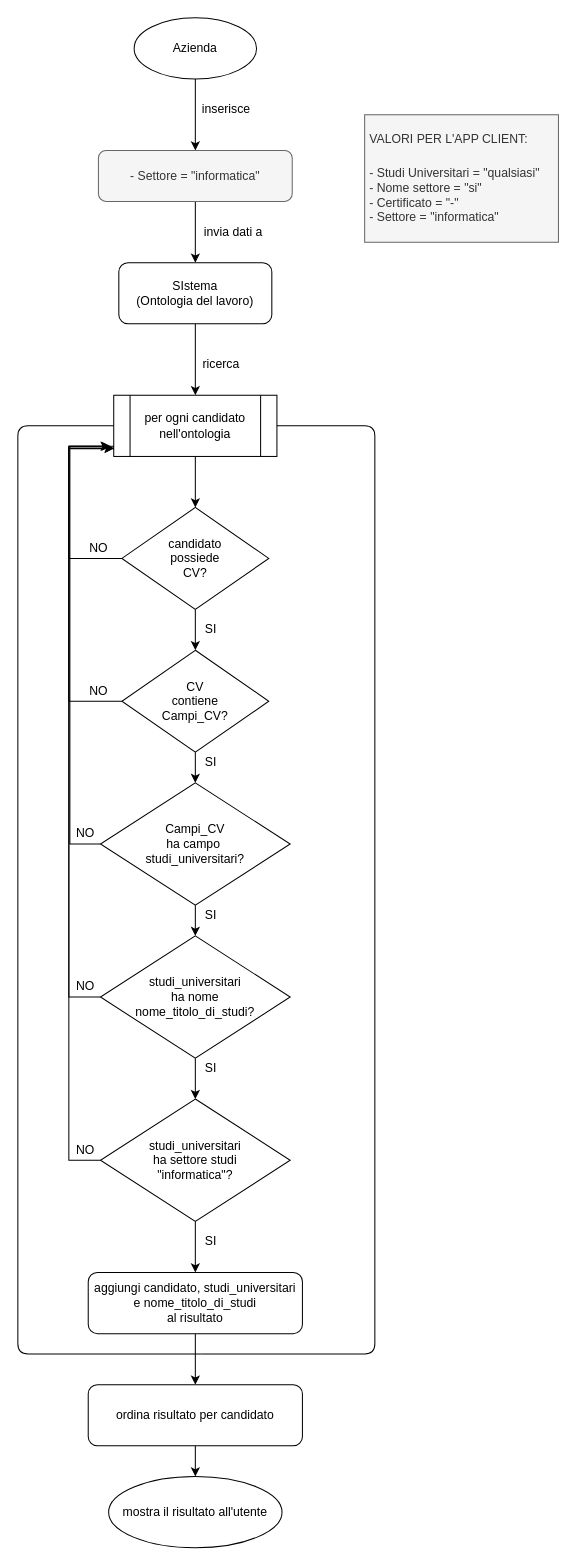
Earlier version of the draw.io diagram flowcharts/azienda/azienda query 3.drawio (salvo1196/ModSemProject). Source tidied: cells renumbered, new cells numbered last; positions are measured from the earlier drawing's top-left corner, leaving out a move shared by most shapes. Both pictures are drawn from the tidied source at 102%, with x=0, y=0 at pixel (17, 17).
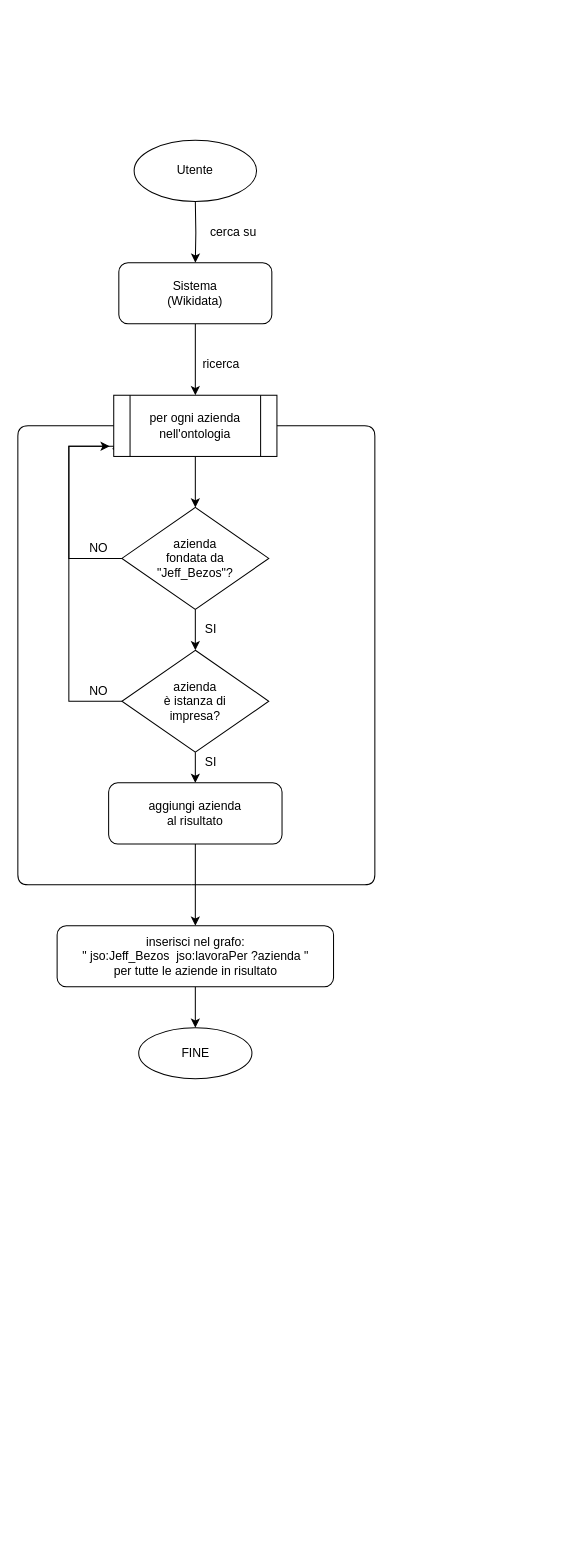
After the change.

The edit, as a diff of the source:
```diff
@@
-    <mxCell id="2" style="edgeStyle=orthogonalEdgeStyle;rounded=0;jettySize=auto;html=1;" parent="1" edge="1" source="3" target="6">
-      <mxGeometry relative="1" as="geometry" />
-    </mxCell>
-    <mxCell id="3" value="Azienda" style="ellipse;whiteSpace=wrap;html=1;" parent="1" vertex="1">
-      <mxGeometry x="114" width="120" height="60" as="geometry" />
+    <mxCell id="3" value="Utente" style="ellipse;whiteSpace=wrap;html=1;" parent="1" vertex="1">
+      <mxGeometry x="114" y="120" width="120" height="60" as="geometry" />
     </mxCell>
-    <mxCell id="4" value="inserisce" style="text;html=1;align=center;verticalAlign=middle;" parent="1" vertex="1">
-      <mxGeometry x="174" y="80" width="60" height="20" as="geometry" />
-    </mxCell>
-    <mxCell id="5" style="edgeStyle=orthogonalEdgeStyle;rounded=0;jettySize=auto;html=1;" parent="1" edge="1" source="6" target="12">
-      <mxGeometry relative="1" as="geometry" />
+    <mxCell id="5" style="edgeStyle=orthogonalEdgeStyle;rounded=0;jettySize=auto;html=1;" parent="1" edge="1" target="12">
+      <mxGeometry relative="1" as="geometry">
+        <mxPoint x="174" y="180" as="sourcePoint" />
+      </mxGeometry>
     </mxCell>
-    <mxCell id="6" value="- Settore = &quot;informatica&quot;" style="rounded=1;whiteSpace=wrap;html=1;fillColor=#f5f5f5;strokeColor=#666666;fontColor=#333333;" parent="1" vertex="1">
-      <mxGeometry x="79" y="130" width="190" height="50" as="geometry" />
-    </mxCell>
@@
-    <mxCell id="9" value="candidato &lt;br&gt;possiede &lt;br&gt;CV?" style="rhombus;whiteSpace=wrap;html=1;" parent="1" vertex="1">
+    <mxCell id="9" value="azienda&lt;br&gt;fondata da&lt;br&gt;&quot;Jeff_Bezos&quot;?" style="rhombus;whiteSpace=wrap;html=1;" parent="1" vertex="1">
       <mxGeometry x="102" y="480" width="144" height="100" as="geometry" />
     </mxCell>
-    <mxCell id="10" value="invia dati a" style="text;html=1;align=center;verticalAlign=middle;" parent="1" vertex="1">
-      <mxGeometry x="176" y="200" width="70" height="20" as="geometry" />
+    <mxCell id="10" value="cerca su" style="text;html=1;align=center;verticalAlign=middle;" parent="1" vertex="1">
+      <mxGeometry x="181" y="200" width="60" height="20" as="geometry" />
     </mxCell>
@@
-    <mxCell id="12" value="SIstema&lt;br&gt;(Ontologia del lavoro)" style="rounded=1;whiteSpace=wrap;html=1;" parent="1" vertex="1">
+    <mxCell id="12" value="Sistema&lt;br&gt;(Wikidata)" style="rounded=1;whiteSpace=wrap;html=1;" parent="1" vertex="1">
       <mxGeometry x="99" y="240" width="150" height="60" as="geometry" />
     </mxCell>
@@
-    <mxCell id="15" value="per ogni candidato nell'ontologia" style="shape=process;whiteSpace=wrap;html=1;backgroundOutline=1;" parent="1" vertex="1">
+    <mxCell id="15" value="per ogni azienda&lt;br&gt;nell'ontologia" style="shape=process;whiteSpace=wrap;html=1;backgroundOutline=1;" parent="1" vertex="1">
       <mxGeometry x="94" y="370" width="160" height="60" as="geometry" />
     </mxCell>
@@
-    <mxCell id="19" style="edgeStyle=orthogonalEdgeStyle;rounded=0;jettySize=auto;html=1;entryX=0.5;entryY=0;entryDx=0;entryDy=0;" parent="1" edge="1" source="20" target="25">
-      <mxGeometry relative="1" as="geometry" />
+    <mxCell id="19" style="edgeStyle=orthogonalEdgeStyle;rounded=0;jettySize=auto;html=1;entryX=0.5;entryY=0;entryDx=0;entryDy=0;" parent="1" edge="1" source="20">
+      <mxGeometry relative="1" as="geometry">
+        <mxPoint x="174" y="750" as="targetPoint" />
+      </mxGeometry>
     </mxCell>
-    <mxCell id="20" value="&lt;span&gt;CV &lt;br&gt;contiene &lt;br&gt;Campi_CV?&lt;/span&gt;" style="rhombus;whiteSpace=wrap;html=1;" parent="1" vertex="1">
+    <mxCell id="20" value="azienda&lt;br&gt;è istanza di&lt;br&gt;impresa?" style="rhombus;whiteSpace=wrap;html=1;" parent="1" vertex="1">
       <mxGeometry x="102" y="620" width="144" height="100" as="geometry" />
     </mxCell>
@@
-    <mxCell id="23" value="NO" style="text;html=1;align=center;verticalAlign=middle;" parent="1" vertex="1">
-      <mxGeometry x="51" y="790" width="30" height="20" as="geometry" />
-    </mxCell>
-    <mxCell id="24" style="edgeStyle=orthogonalEdgeStyle;rounded=0;jettySize=auto;html=1;exitX=0;exitY=0.5;exitDx=0;exitDy=0;" parent="1" edge="1" source="25">
-      <mxGeometry relative="1" as="geometry">
-        <mxPoint x="91" y="420" as="targetPoint" />
-        <Array as="points">
-          <mxPoint x="51" y="810" />
-          <mxPoint x="51" y="420" />
-        </Array>
-      </mxGeometry>
-    </mxCell>
-    <mxCell id="25" value="&lt;span&gt;Campi_CV &lt;br&gt;ha campo&amp;nbsp;&lt;br&gt;studi_universitari?&lt;br&gt;&lt;/span&gt;" style="rhombus;whiteSpace=wrap;html=1;" parent="1" vertex="1">
-      <mxGeometry x="81" y="750" width="186" height="120" as="geometry" />
-    </mxCell>
-    <mxCell id="26" style="edgeStyle=orthogonalEdgeStyle;rounded=0;jettySize=auto;html=1;entryX=0.5;entryY=0;entryDx=0;entryDy=0;" parent="1" edge="1" source="25">
-      <mxGeometry relative="1" as="geometry">
-        <mxPoint x="174" y="900" as="targetPoint" />
-      </mxGeometry>
-    </mxCell>
-    <mxCell id="27" value="SI" style="text;html=1;align=center;verticalAlign=middle;" parent="1" vertex="1">
-      <mxGeometry x="174" y="870" width="30" height="20" as="geometry" />
-    </mxCell>
-    <mxCell id="28" style="edgeStyle=orthogonalEdgeStyle;rounded=0;jettySize=auto;html=1;entryX=-0.001;entryY=0.863;entryDx=0;entryDy=0;entryPerimeter=0;exitX=0;exitY=0.5;exitDx=0;exitDy=0;" parent="1" edge="1" source="30" target="15">
-      <mxGeometry relative="1" as="geometry">
-        <Array as="points">
-          <mxPoint x="50" y="960" />
-          <mxPoint x="50" y="422" />
-        </Array>
-      </mxGeometry>
-    </mxCell>
-    <mxCell id="29" style="edgeStyle=orthogonalEdgeStyle;rounded=0;jettySize=auto;html=1;entryX=0.5;entryY=0;entryDx=0;entryDy=0;" parent="1" edge="1" source="30" target="41">
-      <mxGeometry relative="1" as="geometry" />
-    </mxCell>
-    <mxCell id="30" value="studi_universitari&lt;br&gt;ha nome&lt;br&gt;nome_titolo_di_studi?&lt;span&gt;&lt;br&gt;&lt;/span&gt;" style="rhombus;whiteSpace=wrap;html=1;" parent="1" vertex="1">
-      <mxGeometry x="81" y="900" width="186" height="120" as="geometry" />
-    </mxCell>
-    <mxCell id="31" value="SI" style="text;html=1;align=center;verticalAlign=middle;" parent="1" vertex="1">
-      <mxGeometry x="174" y="1020" width="30" height="20" as="geometry" />
-    </mxCell>
-    <mxCell id="32" value="NO" style="text;html=1;align=center;verticalAlign=middle;" parent="1" vertex="1">
-      <mxGeometry x="51" y="940" width="30" height="20" as="geometry" />
-    </mxCell>
-    <mxCell id="33" style="edgeStyle=orthogonalEdgeStyle;rounded=0;jettySize=auto;html=1;entryX=0.5;entryY=0;entryDx=0;entryDy=0;" parent="1" edge="1" source="34" target="45">
-      <mxGeometry relative="1" as="geometry" />
-    </mxCell>
+    <mxCell id="46" style="edgeStyle=orthogonalEdgeStyle;rounded=0;jettySize=auto;html=1;entryX=0.5;entryY=0;entryDx=0;entryDy=0;" parent="1" edge="1" source="34" target="48">
+      <mxGeometry relative="1" as="geometry" />
+    </mxCell>
-    <mxCell id="34" value="aggiungi candidato, studi_universitari &lt;br&gt;e nome_titolo_di_studi&lt;br&gt;al risultato" style="rounded=1;whiteSpace=wrap;html=1;" parent="1" vertex="1">
-      <mxGeometry x="69" y="1230" width="210" height="60" as="geometry" />
+    <mxCell id="34" value="aggiungi azienda&lt;br&gt;al risultato" style="rounded=1;whiteSpace=wrap;html=1;" parent="1" vertex="1">
+      <mxGeometry x="89" y="750" width="170" height="60" as="geometry" />
     </mxCell>
-    <mxCell id="35" value="&lt;span&gt;mostra il risultato all'utente&lt;/span&gt;" style="ellipse;whiteSpace=wrap;html=1;" parent="1" vertex="1">
-      <mxGeometry x="89" y="1430" width="170" height="70" as="geometry" />
+    <mxCell id="35" value="FINE" style="ellipse;whiteSpace=wrap;html=1;" parent="1" vertex="1">
+      <mxGeometry x="118.5" y="990" width="111" height="50" as="geometry" />
     </mxCell>
     <mxCell id="36" style="endArrow=none;html=1;entryX=1;entryY=0.5;entryDx=0;entryDy=0;" parent="1" edge="1" target="15">
       <mxGeometry relative="1" as="geometry">
-        <mxPoint x="180" y="1310" as="sourcePoint" />
+        <mxPoint x="170" y="850" as="sourcePoint" />
         <Array as="points">
-          <mxPoint x="350" y="1310" />
+          <mxPoint x="350" y="850" />
           <mxPoint x="350" y="760" />
           <mxPoint x="350" y="400" />
         </Array>
       </mxGeometry>
     </mxCell>
     <mxCell id="37" style="endArrow=none;html=1;entryX=0;entryY=0.5;entryDx=0;entryDy=0;" parent="1" edge="1" target="15">
       <mxGeometry relative="1" as="geometry">
-        <mxPoint x="180" y="1310" as="sourcePoint" />
+        <mxPoint x="170" y="850" as="sourcePoint" />
         <Array as="points">
-          <mxPoint y="1310" />
+          <mxPoint y="850" />
           <mxPoint y="400" />
         </Array>
       </mxGeometry>
     </mxCell>
-    <mxCell id="38" value="&lt;h1&gt;&lt;span style=&quot;font-size: 12px ; font-weight: 400 ; text-align: center&quot;&gt;VALORI PER L'APP CLIENT:&lt;/span&gt;&lt;br&gt;&lt;/h1&gt;&lt;p&gt;&lt;span style=&quot;text-align: center&quot;&gt;- Studi Universitari = &quot;qualsiasi&quot;&lt;/span&gt;&lt;br style=&quot;text-align: center&quot;&gt;&lt;span style=&quot;text-align: center&quot;&gt;- Nome settore = &quot;si&quot;&lt;/span&gt;&lt;br style=&quot;text-align: center&quot;&gt;&lt;span style=&quot;text-align: center&quot;&gt;- Certificato = &quot;-&quot;&lt;/span&gt;&lt;br style=&quot;text-align: center&quot;&gt;&lt;span style=&quot;text-align: center&quot;&gt;- Settore = &quot;informatica&quot;&lt;/span&gt;&lt;br&gt;&lt;/p&gt;" style="text;html=1;strokeColor=#666666;fillColor=#f5f5f5;spacing=5;spacingTop=-20;whiteSpace=wrap;overflow=hidden;rounded=0;fontColor=#333333;" parent="1" vertex="1">
-      <mxGeometry x="340" y="95" width="190" height="125" as="geometry" />
-    </mxCell>
-    <mxCell id="39" style="edgeStyle=orthogonalEdgeStyle;rounded=0;jettySize=auto;html=1;entryX=0.001;entryY=0.872;entryDx=0;entryDy=0;entryPerimeter=0;" parent="1" edge="1" source="41" target="15">
-      <mxGeometry relative="1" as="geometry">
-        <Array as="points">
-          <mxPoint x="50" y="1120" />
-          <mxPoint x="50" y="422" />
-        </Array>
-      </mxGeometry>
-    </mxCell>
-    <mxCell id="40" style="edgeStyle=orthogonalEdgeStyle;rounded=0;jettySize=auto;html=1;entryX=0.5;entryY=0;entryDx=0;entryDy=0;" parent="1" edge="1" source="41" target="34">
-      <mxGeometry relative="1" as="geometry" />
-    </mxCell>
-    <mxCell id="41" value="studi_universitari&lt;br&gt;ha settore studi&lt;br&gt;&quot;informatica&quot;?&lt;span&gt;&lt;br&gt;&lt;/span&gt;" style="rhombus;whiteSpace=wrap;html=1;" parent="1" vertex="1">
-      <mxGeometry x="81" y="1060" width="186" height="120" as="geometry" />
-    </mxCell>
-    <mxCell id="42" value="NO" style="text;html=1;align=center;verticalAlign=middle;" parent="1" vertex="1">
-      <mxGeometry x="51" y="1100" width="30" height="20" as="geometry" />
-    </mxCell>
-    <mxCell id="43" value="SI" style="text;html=1;align=center;verticalAlign=middle;" parent="1" vertex="1">
-      <mxGeometry x="174" y="1190" width="30" height="20" as="geometry" />
-    </mxCell>
-    <mxCell id="44" style="edgeStyle=orthogonalEdgeStyle;rounded=0;jettySize=auto;html=1;" parent="1" edge="1" source="45" target="35">
-      <mxGeometry relative="1" as="geometry" />
-    </mxCell>
-    <mxCell id="45" value="ordina risultato per candidato" style="rounded=1;whiteSpace=wrap;html=1;" parent="1" vertex="1">
-      <mxGeometry x="69" y="1340" width="210" height="60" as="geometry" />
-    </mxCell>
+    <mxCell id="47" style="edgeStyle=orthogonalEdgeStyle;rounded=0;jettySize=auto;html=1;entryX=0.5;entryY=0;entryDx=0;entryDy=0;" parent="1" edge="1" source="48" target="35">
+      <mxGeometry relative="1" as="geometry" />
+    </mxCell>
+    <mxCell id="48" value="inserisci nel grafo:&lt;br&gt;&quot; jso:Jeff_Bezos&amp;nbsp; jso:lavoraPer ?azienda &quot;&lt;br&gt;per tutte le aziende in&amp;nbsp;risultato" style="rounded=1;whiteSpace=wrap;html=1;" parent="1" vertex="1">
+      <mxGeometry x="38.5" y="890" width="271" height="60" as="geometry" />
+    </mxCell>
```
